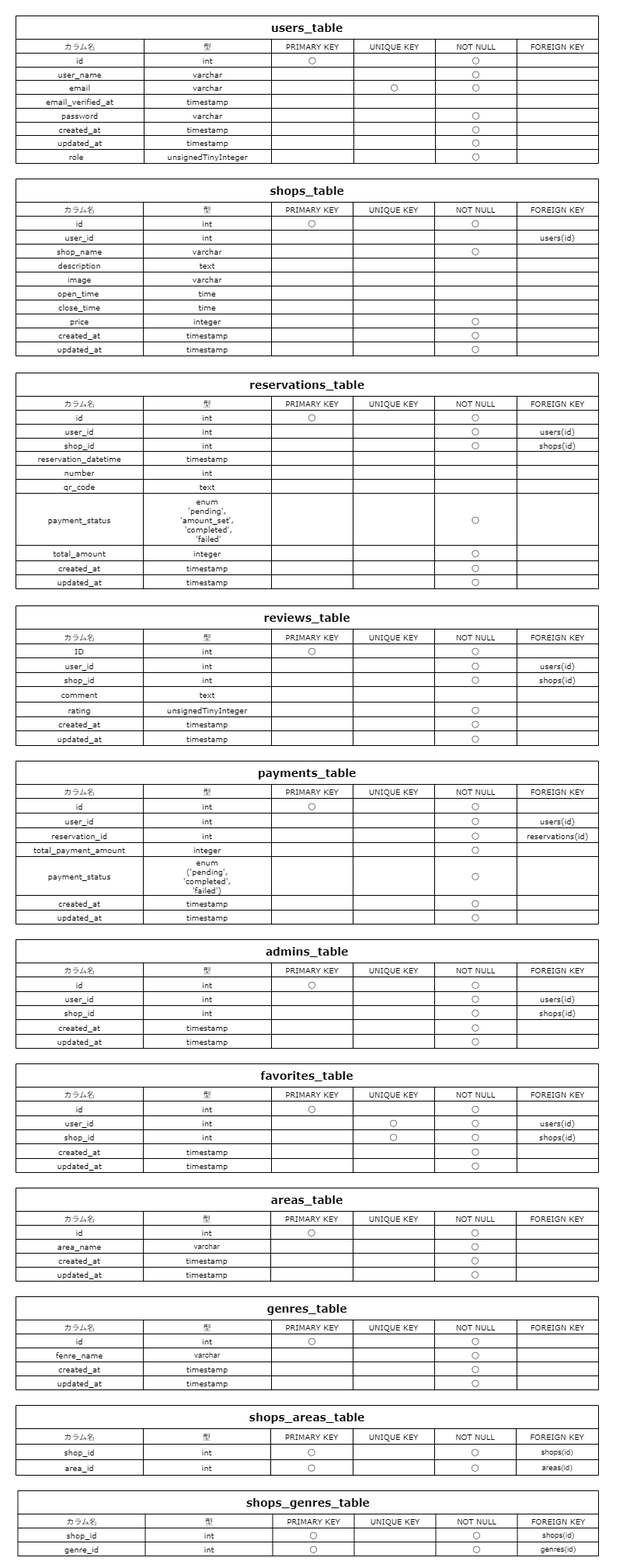
Earlier version of the draw.io export src/rese_table.drawio.png (ponponmama/20240713-erika_hara-rese). Source tidied: cells renumbered, new cells last; positions are measured from the earlier drawing's top-left corner, leaving out a move shared by most shapes.
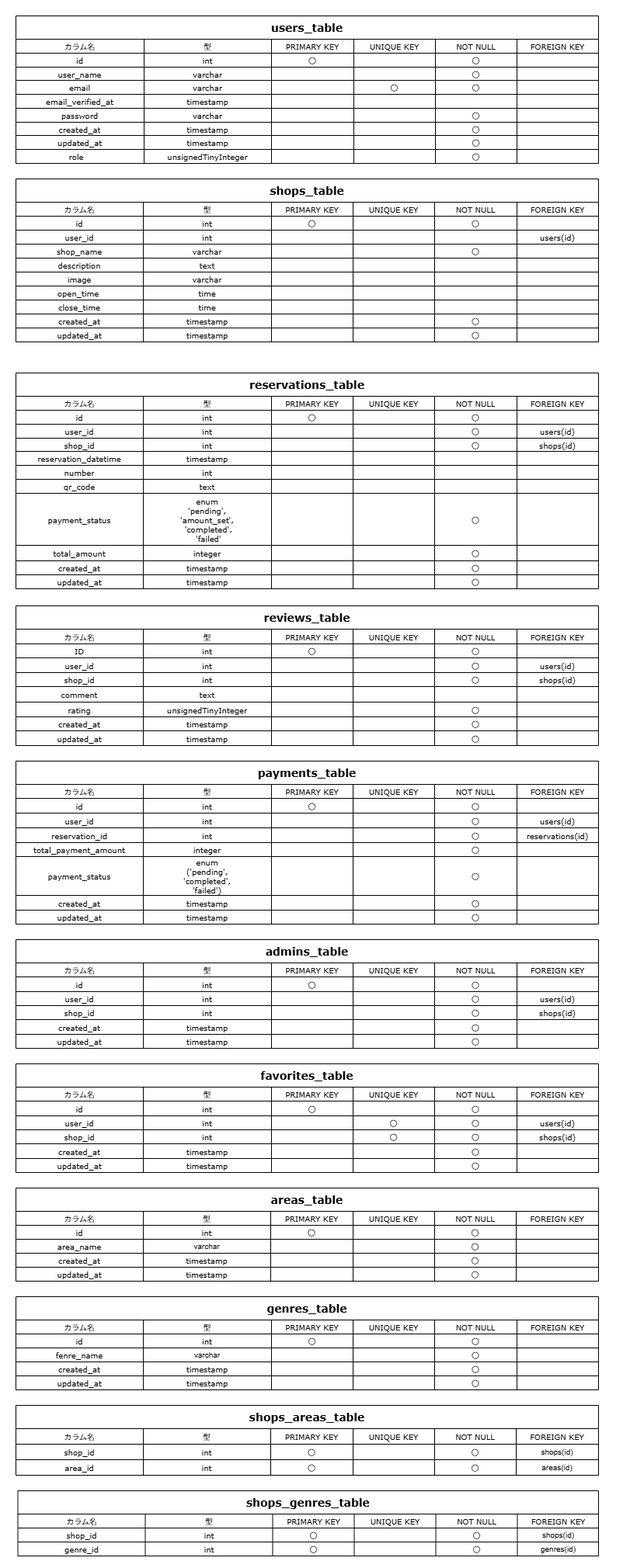
After the commit.

Diff of the diagram source:
```diff
@@ -195,7 +195,7 @@
       <mxGeometry x="645" width="105" height="18" as="geometry" />
     </mxCell>
     <mxCell id="66" value="shops_table" style="shape=table;startSize=30;fontStyle=1;align=center;fillColor=none;swimlaneFillColor=none;labelBackgroundColor=#FFFFFF;strokeColor=#000000;perimeterSpacing=1;fontColor=#000000;fontFamily=Verdana;spacingTop=1;spacing=0;spacingLeft=1;spacingBottom=1;spacingRight=1;fontSize=14;" parent="1" vertex="1">
-      <mxGeometry x="20" y="230" width="750" height="228" as="geometry" />
+      <mxGeometry x="20" y="230" width="750" height="210" as="geometry" />
     </mxCell>
     <mxCell id="67" style="shape=tableRow;horizontal=0;startSize=0;swimlaneHead=0;swimlaneBody=0;top=0;left=0;bottom=0;right=0;fillColor=none;labelBackgroundColor=#FFFFFF;swimlaneFillColor=none;strokeColor=#000000;perimeterSpacing=1;fontColor=#000000;fontSize=10;fontFamily=Verdana;spacingTop=1;spacing=0;spacingLeft=1;spacingBottom=1;spacingRight=1;" parent="66" vertex="1">
       <mxGeometry y="30" width="750" height="18" as="geometry" />
@@ -365,29 +365,8 @@
     <mxCell id="122" style="shape=partialRectangle;html=1;whiteSpace=wrap;fillColor=none;top=0;left=0;bottom=0;right=0;overflow=hidden;labelBackgroundColor=#FFFFFF;strokeColor=#000000;swimlaneFillColor=none;perimeterSpacing=1;fontColor=#000000;fontSize=10;fontFamily=Verdana;spacingTop=1;spacing=0;spacingLeft=1;spacingBottom=1;spacingRight=1;verticalAlign=middle;" parent="116" vertex="1">
       <mxGeometry x="645" width="105" height="18" as="geometry" />
     </mxCell>
-    <mxCell id="123" style="shape=tableRow;horizontal=0;startSize=0;swimlaneHead=0;swimlaneBody=0;top=0;left=0;bottom=0;right=0;fillColor=none;labelBackgroundColor=#FFFFFF;swimlaneFillColor=none;strokeColor=#000000;perimeterSpacing=1;fontColor=#000000;fontSize=10;fontFamily=Verdana;spacingTop=1;spacing=0;spacingLeft=1;spacingBottom=1;spacingRight=1;" parent="66" vertex="1">
-      <mxGeometry y="174" width="750" height="18" as="geometry" />
-    </mxCell>
-    <mxCell id="124" value="&lt;font style=&quot;color: rgb(0, 0, 0);&quot;&gt;price&lt;/font&gt;" style="shape=partialRectangle;html=1;whiteSpace=wrap;fillColor=none;top=0;left=0;bottom=0;right=0;overflow=hidden;labelBackgroundColor=#FFFFFF;strokeColor=#000000;swimlaneFillColor=none;perimeterSpacing=1;fontColor=#000000;fontSize=10;fontFamily=Verdana;spacingTop=1;spacing=0;spacingLeft=1;spacingBottom=1;spacingRight=1;" parent="123" vertex="1">
-      <mxGeometry width="164" height="18" as="geometry" />
-    </mxCell>
-    <mxCell id="125" value="&lt;font style=&quot;color: rgb(0, 0, 0);&quot;&gt;integer&lt;/font&gt;" style="shape=partialRectangle;html=1;whiteSpace=wrap;fillColor=none;top=0;left=0;bottom=0;right=0;overflow=hidden;labelBackgroundColor=#FFFFFF;strokeColor=#000000;swimlaneFillColor=none;perimeterSpacing=1;fontColor=#000000;fontSize=10;fontFamily=Verdana;spacingTop=1;spacing=0;spacingLeft=1;spacingBottom=1;spacingRight=1;" parent="123" vertex="1">
-      <mxGeometry x="164" width="165" height="18" as="geometry" />
-    </mxCell>
-    <mxCell id="126" style="shape=partialRectangle;html=1;whiteSpace=wrap;fillColor=none;top=0;left=0;bottom=0;right=0;overflow=hidden;labelBackgroundColor=#FFFFFF;strokeColor=#000000;swimlaneFillColor=none;perimeterSpacing=1;fontColor=#000000;fontSize=10;fontFamily=Verdana;spacingTop=1;spacing=0;spacingLeft=1;spacingBottom=1;spacingRight=1;" parent="123" vertex="1">
-      <mxGeometry x="329" width="105" height="18" as="geometry" />
-    </mxCell>
-    <mxCell id="127" style="shape=partialRectangle;html=1;whiteSpace=wrap;fillColor=none;top=0;left=0;bottom=0;right=0;overflow=hidden;labelBackgroundColor=#FFFFFF;strokeColor=#000000;swimlaneFillColor=none;perimeterSpacing=1;fontColor=#000000;fontSize=10;fontFamily=Verdana;spacingTop=1;spacing=0;spacingLeft=1;spacingBottom=1;spacingRight=1;" parent="123" vertex="1">
-      <mxGeometry x="434" width="105" height="18" as="geometry" />
-    </mxCell>
-    <mxCell id="128" value="&lt;span style=&quot;color: rgb(0, 0, 0);&quot;&gt;〇&lt;/span&gt;" style="shape=partialRectangle;html=1;whiteSpace=wrap;fillColor=none;top=0;left=0;bottom=0;right=0;overflow=hidden;labelBackgroundColor=#FFFFFF;strokeColor=#000000;swimlaneFillColor=none;perimeterSpacing=1;fontColor=#000000;fontSize=10;fontFamily=Verdana;spacingTop=1;spacing=0;spacingLeft=1;spacingBottom=1;spacingRight=1;" parent="123" vertex="1">
-      <mxGeometry x="539" width="106" height="18" as="geometry" />
-    </mxCell>
-    <mxCell id="129" style="shape=partialRectangle;html=1;whiteSpace=wrap;fillColor=none;top=0;left=0;bottom=0;right=0;overflow=hidden;labelBackgroundColor=#FFFFFF;strokeColor=#000000;swimlaneFillColor=none;perimeterSpacing=1;fontColor=#000000;fontSize=10;fontFamily=Verdana;spacingTop=1;spacing=0;spacingLeft=1;spacingBottom=1;spacingRight=1;" parent="123" vertex="1">
-      <mxGeometry x="645" width="105" height="18" as="geometry" />
-    </mxCell>
     <mxCell id="130" style="shape=tableRow;horizontal=0;startSize=0;swimlaneHead=0;swimlaneBody=0;top=0;left=0;bottom=0;right=0;fillColor=none;labelBackgroundColor=#FFFFFF;swimlaneFillColor=none;strokeColor=#000000;perimeterSpacing=1;fontColor=#000000;fontSize=10;fontFamily=Verdana;spacingTop=1;spacing=0;spacingLeft=1;spacingBottom=1;spacingRight=1;" parent="66" vertex="1">
-      <mxGeometry y="192" width="750" height="18" as="geometry" />
+      <mxGeometry y="174" width="750" height="18" as="geometry" />
     </mxCell>
     <mxCell id="131" value="&lt;span style=&quot;color: rgb(0, 0, 0);&quot;&gt;created_at&lt;/span&gt;" style="shape=partialRectangle;html=1;whiteSpace=wrap;fillColor=none;top=0;left=0;bottom=0;right=0;overflow=hidden;labelBackgroundColor=#FFFFFF;strokeColor=#000000;swimlaneFillColor=none;perimeterSpacing=1;fontColor=#000000;fontSize=10;fontFamily=Verdana;spacingTop=1;spacing=0;spacingLeft=1;spacingBottom=1;spacingRight=1;" parent="130" vertex="1">
       <mxGeometry width="164" height="18" as="geometry" />
@@ -408,7 +387,7 @@
       <mxGeometry x="645" width="105" height="18" as="geometry" />
     </mxCell>
     <mxCell id="137" style="shape=tableRow;horizontal=0;startSize=0;swimlaneHead=0;swimlaneBody=0;top=0;left=0;bottom=0;right=0;fillColor=none;labelBackgroundColor=#FFFFFF;swimlaneFillColor=none;strokeColor=#000000;perimeterSpacing=1;fontColor=#000000;fontSize=10;fontFamily=Verdana;spacingTop=1;spacing=0;spacingLeft=1;spacingBottom=1;spacingRight=1;" parent="66" vertex="1">
-      <mxGeometry y="210" width="750" height="18" as="geometry" />
+      <mxGeometry y="192" width="750" height="18" as="geometry" />
     </mxCell>
     <mxCell id="138" value="&lt;span&gt;&lt;font style=&quot;color: rgb(0, 0, 0);&quot;&gt;updated_at&lt;/font&gt;&lt;/span&gt;" style="shape=partialRectangle;html=1;whiteSpace=wrap;fillColor=none;top=0;left=0;bottom=0;right=0;overflow=hidden;labelBackgroundColor=#FFFFFF;strokeColor=#000000;swimlaneFillColor=none;perimeterSpacing=1;fontColor=#000000;fontSize=10;fontFamily=Verdana;spacingTop=1;spacing=0;spacingLeft=1;spacingBottom=1;spacingRight=1;" parent="137" vertex="1">
       <mxGeometry width="164" height="18" as="geometry" />
```
